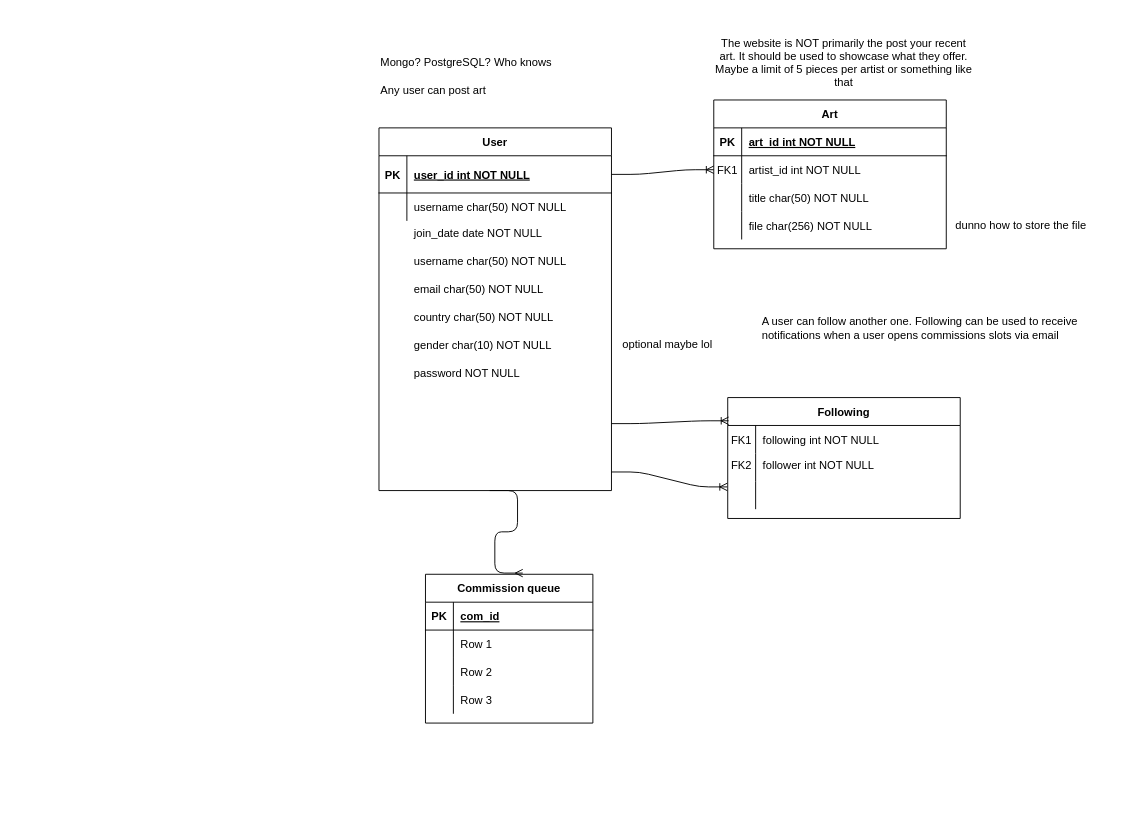
This is Untitled Diagram.drawio from luismzk/commission-website, a draw.io file, before an edit. Source tidied: cells renumbered, new cells numbered last; positions are measured from the earlier drawing's top-left corner, leaving out a move shared by most shapes. Both pictures are drawn from the tidied source at 93%, with x=0, y=0 at pixel (379, 16).
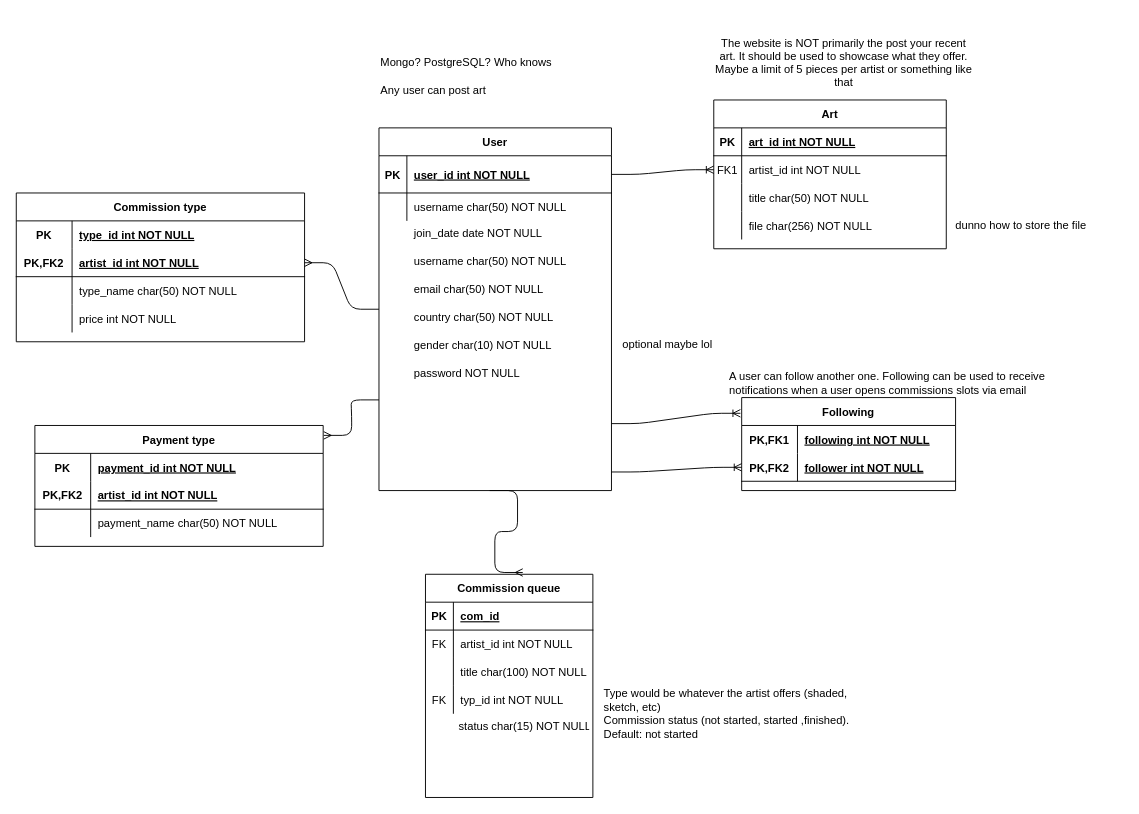
The same diagram, later.

Unchanged cells that the change refers to:
```xml
<mxCell id="16" value="User" style="shape=table;startSize=30;childLayout=tableLayout;rowLines=0;fontStyle=1;align=center;" parent="1" vertex="1">
  <mxGeometry y="120" width="250" height="390" as="geometry" />
</mxCell>
<mxCell id="56" style="shape=partialRectangle;fillColor=none;top=0;left=0;bottom=0;right=0;" parent="52" vertex="1">
  <mxGeometry y="60" width="180" height="30" as="geometry" />
</mxCell>
<mxCell id="59" style="shape=partialRectangle;fillColor=none;top=0;left=0;bottom=0;right=0;" parent="52" vertex="1">
  <mxGeometry y="90" width="180" height="30" as="geometry" />
</mxCell>
<mxCell id="62" style="shape=partialRectangle;fillColor=none;top=0;left=0;bottom=0;right=0;" parent="52" vertex="1">
  <mxGeometry y="120" width="180" height="30" as="geometry" />
</mxCell>
```

What changed in the source:
```diff
@@
     <mxCell id="34" value="A user can follow another one. Following can be used to receive notifications when a user opens commissions slots via email" style="text;html=1;strokeColor=none;fillColor=none;align=left;verticalAlign=middle;whiteSpace=wrap;rounded=0;" parent="1" vertex="1">
-      <mxGeometry x="410" y="320" width="390" height="30" as="geometry" />
+      <mxGeometry x="375" y="380" width="390" height="30" as="geometry" />
     </mxCell>
@@
-    <mxCell id="37" value="Following" style="shape=table;startSize=30;childLayout=tableLayout;rowLines=0;fontStyle=1;align=center;" parent="1" vertex="1">
-      <mxGeometry x="375" y="410" width="250" height="130" as="geometry" />
-    </mxCell>
-    <mxCell id="38" style="shape=partialRectangle;fillColor=none;top=0;left=0;right=0;bottom=0;" parent="37" vertex="1">
-      <mxGeometry y="30" width="250" height="30" as="geometry" />
-    </mxCell>
-    <mxCell id="39" value="FK1" style="shape=partialRectangle;overflow=hidden;fillColor=none;top=0;left=0;bottom=0;right=0;" parent="38" vertex="1">
-      <mxGeometry width="30" height="30" as="geometry" />
-    </mxCell>
-    <mxCell id="40" value="following int NOT NULL" style="shape=partialRectangle;overflow=hidden;fillColor=none;top=0;left=0;bottom=0;right=0;align=left;spacingLeft=6;" parent="38" vertex="1">
-      <mxGeometry x="30" width="220" height="30" as="geometry" />
-    </mxCell>
-    <mxCell id="41" style="shape=partialRectangle;fillColor=none;top=0;left=0;right=0;bottom=0;" parent="37" vertex="1">
-      <mxGeometry y="60" width="250" height="30" as="geometry" />
-    </mxCell>
-    <mxCell id="42" style="shape=partialRectangle;overflow=hidden;fillColor=none;top=0;left=0;bottom=0;right=0;" parent="41" vertex="1">
-      <mxGeometry width="30" height="30" as="geometry" />
-    </mxCell>
-    <mxCell id="43" style="shape=partialRectangle;overflow=hidden;fillColor=none;top=0;left=0;bottom=0;right=0;align=left;spacingLeft=6;" parent="41" vertex="1">
-      <mxGeometry x="30" width="220" height="30" as="geometry" />
-    </mxCell>
-    <mxCell id="44" style="shape=partialRectangle;fillColor=none;points=[[0,0.5],[1,0.5]];portConstraint=eastwest;top=0;left=0;right=0;bottom=0;" parent="37" vertex="1">
-      <mxGeometry y="90" width="250" height="30" as="geometry" />
-    </mxCell>
-    <mxCell id="45" style="shape=partialRectangle;overflow=hidden;fillColor=none;top=0;left=0;bottom=0;right=0;" parent="44" vertex="1">
-      <mxGeometry width="30" height="30" as="geometry" />
-    </mxCell>
-    <mxCell id="46" style="shape=partialRectangle;overflow=hidden;fillColor=none;top=0;left=0;bottom=0;right=0;align=left;spacingLeft=6;" parent="44" vertex="1">
-      <mxGeometry x="30" width="220" height="30" as="geometry" />
-    </mxCell>
-    <mxCell id="47" style="shape=partialRectangle;fillColor=none;top=0;left=0;right=0;bottom=0;" parent="1" vertex="1">
-      <mxGeometry x="375" y="467" width="250" height="30" as="geometry" />
-    </mxCell>
-    <mxCell id="48" value="FK2" style="shape=partialRectangle;overflow=hidden;fillColor=none;top=0;left=0;bottom=0;right=0;" parent="47" vertex="1">
-      <mxGeometry width="30" height="30" as="geometry" />
-    </mxCell>
-    <mxCell id="49" value="follower int NOT NULL" style="shape=partialRectangle;overflow=hidden;fillColor=none;top=0;left=0;bottom=0;right=0;align=left;spacingLeft=6;" parent="47" vertex="1">
-      <mxGeometry x="30" width="220" height="30" as="geometry" />
-    </mxCell>
-    <mxCell id="50" style="edgeStyle=entityRelationEdgeStyle;fontSize=12;html=1;endArrow=ERoneToMany;startArrow=none;entryX=0.004;entryY=0.192;entryDx=0;entryDy=0;entryPerimeter=0;startFill=0;" parent="1" edge="1" target="37">
+    <mxCell id="50" style="edgeStyle=entityRelationEdgeStyle;fontSize=12;html=1;endArrow=ERoneToMany;startArrow=none;entryX=-0.006;entryY=0.169;entryDx=0;entryDy=0;entryPerimeter=0;startFill=0;" parent="1" edge="1" target="37">
       <mxGeometry relative="1" as="geometry">
         <mxPoint x="250" y="438" as="sourcePoint" />
       </mxGeometry>
     </mxCell>
-    <mxCell id="51" style="edgeStyle=entityRelationEdgeStyle;fontSize=12;html=1;endArrow=ERoneToMany;startArrow=none;entryX=-0.002;entryY=0.202;entryDx=0;entryDy=0;entryPerimeter=0;startFill=0;endFill=0;" parent="1" edge="1" target="44">
+    <mxCell id="51" style="edgeStyle=entityRelationEdgeStyle;fontSize=12;html=1;endArrow=ERoneToMany;startArrow=none;entryX=0;entryY=0.5;entryDx=0;entryDy=0;startFill=0;endFill=0;" parent="1" edge="1" target="71">
       <mxGeometry relative="1" as="geometry">
         <mxPoint x="250" y="490" as="sourcePoint" />
       </mxGeometry>
     </mxCell>
     <mxCell id="52" value="Commission queue" style="shape=table;startSize=30;childLayout=tableLayout;rowLines=0;fontStyle=1;align=center;" parent="1" vertex="1">
-      <mxGeometry x="50" y="600" width="180" height="160" as="geometry" />
+      <mxGeometry x="50" y="600" width="180" height="240" as="geometry" />
     </mxCell>
@@
-    <mxCell id="57" style="shape=partialRectangle;fillColor=none;top=0;left=0;bottom=0;right=0;overflow=hidden;" parent="56" vertex="1">
+    <mxCell id="57" value="FK" style="shape=partialRectangle;fillColor=none;top=0;left=0;bottom=0;right=0;overflow=hidden;" parent="56" vertex="1">
       <mxGeometry width="30" height="30" as="geometry" />
     </mxCell>
-    <mxCell id="58" value="Row 1" style="shape=partialRectangle;fillColor=none;top=0;left=0;bottom=0;right=0;align=left;spacingLeft=6;overflow=hidden;" parent="56" vertex="1">
+    <mxCell id="58" value="artist_id int NOT NULL" style="shape=partialRectangle;fillColor=none;top=0;left=0;bottom=0;right=0;align=left;spacingLeft=6;overflow=hidden;" parent="56" vertex="1">
       <mxGeometry x="30" width="150" height="30" as="geometry" />
     </mxCell>
@@
-    <mxCell id="61" value="Row 2" style="shape=partialRectangle;fillColor=none;top=0;left=0;bottom=0;right=0;align=left;spacingLeft=6;overflow=hidden;" parent="59" vertex="1">
+    <mxCell id="61" value="title char(100) NOT NULL" style="shape=partialRectangle;fillColor=none;top=0;left=0;bottom=0;right=0;align=left;spacingLeft=6;overflow=hidden;" parent="59" vertex="1">
       <mxGeometry x="30" width="150" height="30" as="geometry" />
     </mxCell>
@@
-    <mxCell id="63" style="shape=partialRectangle;fillColor=none;top=0;left=0;bottom=0;right=0;overflow=hidden;" parent="62" vertex="1">
+    <mxCell id="63" value="FK" style="shape=partialRectangle;fillColor=none;top=0;left=0;bottom=0;right=0;overflow=hidden;" parent="62" vertex="1">
       <mxGeometry width="30" height="30" as="geometry" />
     </mxCell>
-    <mxCell id="64" value="Row 3" style="shape=partialRectangle;fillColor=none;top=0;left=0;bottom=0;right=0;align=left;spacingLeft=6;overflow=hidden;" parent="62" vertex="1">
+    <mxCell id="64" value="typ_id int NOT NULL " style="shape=partialRectangle;fillColor=none;top=0;left=0;bottom=0;right=0;align=left;spacingLeft=6;overflow=hidden;" parent="62" vertex="1">
       <mxGeometry x="30" width="150" height="30" as="geometry" />
     </mxCell>
@@
+    <mxCell id="66" value="&lt;div align=&quot;left&quot;&gt;Type would be whatever the artist offers (shaded, sketch, etc)&lt;/div&gt;" style="text;html=1;strokeColor=none;fillColor=none;align=left;verticalAlign=middle;whiteSpace=wrap;rounded=0;" parent="1" vertex="1">
+      <mxGeometry x="240" y="700" width="300" height="70" as="geometry" />
+    </mxCell>
+    <mxCell id="67" value="status char(15) NOT NULL" style="text;strokeColor=none;fillColor=none;spacingLeft=4;spacingRight=4;overflow=hidden;fontSize=12;" parent="1" vertex="1">
+      <mxGeometry x="80" y="750" width="150" height="30" as="geometry" />
+    </mxCell>
+    <mxCell id="68" value="Commission status (not started, started ,finished). Default: not started" style="text;html=1;strokeColor=none;fillColor=none;align=left;verticalAlign=middle;whiteSpace=wrap;rounded=0;" parent="1" vertex="1">
+      <mxGeometry x="240" y="755" width="310" height="20" as="geometry" />
+    </mxCell>
+    <mxCell id="37" value="Following" style="shape=table;startSize=30;childLayout=tableLayout;rowLines=0;fontStyle=1;align=center;" parent="1" vertex="1">
+      <mxGeometry x="390" y="410" width="230" height="100" as="geometry" />
+    </mxCell>
+    <mxCell id="69" style="shape=partialRectangle;fillColor=none;top=0;left=0;bottom=0;right=0;" parent="37" vertex="1">
+      <mxGeometry y="30" width="230" height="30" as="geometry" />
+    </mxCell>
+    <mxCell id="70" value="PK,FK1" style="shape=partialRectangle;fillColor=none;top=0;left=0;bottom=0;right=0;fontStyle=1;overflow=hidden;" parent="69" vertex="1">
+      <mxGeometry width="60" height="30" as="geometry" />
+    </mxCell>
+    <mxCell id="40" value="following int NOT NULL" style="shape=partialRectangle;fillColor=none;top=0;left=0;bottom=0;right=0;align=left;spacingLeft=6;fontStyle=5;overflow=hidden;" parent="69" vertex="1">
+      <mxGeometry x="60" width="170" height="30" as="geometry" />
+    </mxCell>
+    <mxCell id="71" style="shape=partialRectangle;fillColor=none;top=0;left=0;bottom=1;right=0;points=[[0,0.5],[1,0.5]];portConstraint=eastwest;" parent="37" vertex="1">
+      <mxGeometry y="60" width="230" height="30" as="geometry" />
+    </mxCell>
+    <mxCell id="72" value="PK,FK2" style="shape=partialRectangle;fillColor=none;top=0;left=0;bottom=0;right=0;fontStyle=1;overflow=hidden;" parent="71" vertex="1">
+      <mxGeometry width="60" height="30" as="geometry" />
+    </mxCell>
+    <mxCell id="49" value="follower int NOT NULL" style="shape=partialRectangle;fillColor=none;top=0;left=0;bottom=0;right=0;align=left;spacingLeft=6;fontStyle=5;overflow=hidden;" parent="71" vertex="1">
+      <mxGeometry x="60" width="170" height="30" as="geometry" />
+    </mxCell>
+    <mxCell id="73" value="Commission type" style="shape=table;startSize=30;childLayout=tableLayout;rowLines=0;fontStyle=1;align=center;" parent="1" vertex="1">
+      <mxGeometry x="-390" y="190" width="310" height="160" as="geometry" />
+    </mxCell>
+    <mxCell id="74" style="shape=partialRectangle;fillColor=none;top=0;left=0;bottom=0;right=0;" parent="73" vertex="1">
+      <mxGeometry y="30" width="310" height="30" as="geometry" />
+    </mxCell>
+    <mxCell id="75" value="PK" style="shape=partialRectangle;fillColor=none;top=0;left=0;bottom=0;right=0;fontStyle=1;overflow=hidden;" parent="74" vertex="1">
+      <mxGeometry width="60" height="30" as="geometry" />
+    </mxCell>
+    <mxCell id="76" value="type_id int NOT NULL" style="shape=partialRectangle;fillColor=none;top=0;left=0;bottom=0;right=0;align=left;spacingLeft=6;fontStyle=5;overflow=hidden;" parent="74" vertex="1">
+      <mxGeometry x="60" width="250" height="30" as="geometry" />
+    </mxCell>
+    <mxCell id="77" style="shape=partialRectangle;fillColor=none;top=0;left=0;bottom=1;right=0;points=[[0,0.5],[1,0.5]];portConstraint=eastwest;" parent="73" vertex="1">
+      <mxGeometry y="60" width="310" height="30" as="geometry" />
+    </mxCell>
+    <mxCell id="78" value="PK,FK2" style="shape=partialRectangle;fillColor=none;top=0;left=0;bottom=0;right=0;fontStyle=1;overflow=hidden;" parent="77" vertex="1">
+      <mxGeometry width="60" height="30" as="geometry" />
+    </mxCell>
+    <mxCell id="79" value="artist_id int NOT NULL" style="shape=partialRectangle;fillColor=none;top=0;left=0;bottom=0;right=0;align=left;spacingLeft=6;fontStyle=5;overflow=hidden;" parent="77" vertex="1">
+      <mxGeometry x="60" width="250" height="30" as="geometry" />
+    </mxCell>
+    <mxCell id="80" style="shape=partialRectangle;fillColor=none;top=0;left=0;bottom=0;right=0;" parent="73" vertex="1">
+      <mxGeometry y="90" width="310" height="30" as="geometry" />
+    </mxCell>
+    <mxCell id="81" style="shape=partialRectangle;fillColor=none;top=0;left=0;bottom=0;right=0;overflow=hidden;" parent="80" vertex="1">
+      <mxGeometry width="60" height="30" as="geometry" />
+    </mxCell>
+    <mxCell id="82" value="type_name char(50) NOT NULL" style="shape=partialRectangle;fillColor=none;top=0;left=0;bottom=0;right=0;align=left;spacingLeft=6;overflow=hidden;" parent="80" vertex="1">
+      <mxGeometry x="60" width="250" height="30" as="geometry" />
+    </mxCell>
+    <mxCell id="83" style="shape=partialRectangle;fillColor=none;top=0;left=0;bottom=0;right=0;" parent="73" vertex="1">
+      <mxGeometry y="120" width="310" height="30" as="geometry" />
+    </mxCell>
+    <mxCell id="84" style="shape=partialRectangle;fillColor=none;top=0;left=0;bottom=0;right=0;overflow=hidden;" parent="83" vertex="1">
+      <mxGeometry width="60" height="30" as="geometry" />
+    </mxCell>
+    <mxCell id="85" value="price int NOT NULL" style="shape=partialRectangle;fillColor=none;top=0;left=0;bottom=0;right=0;align=left;spacingLeft=6;overflow=hidden;" parent="83" vertex="1">
+      <mxGeometry x="60" width="250" height="30" as="geometry" />
+    </mxCell>
+    <mxCell id="86" style="edgeStyle=entityRelationEdgeStyle;fontSize=12;html=1;endArrow=none;exitX=1;exitY=0.5;exitDx=0;exitDy=0;entryX=0;entryY=0.5;entryDx=0;entryDy=0;endFill=0;startArrow=ERmany;startFill=0;" parent="1" edge="1" source="77" target="16">
+      <mxGeometry relative="1" as="geometry" />
+    </mxCell>
+    <mxCell id="87" value="Payment type" style="shape=table;startSize=30;childLayout=tableLayout;rowLines=0;fontStyle=1;align=center;" parent="1" vertex="1">
+      <mxGeometry x="-370" y="440" width="310" height="130" as="geometry" />
+    </mxCell>
+    <mxCell id="88" style="shape=partialRectangle;fillColor=none;top=0;left=0;bottom=0;right=0;" parent="87" vertex="1">
+      <mxGeometry y="30" width="310" height="30" as="geometry" />
+    </mxCell>
+    <mxCell id="89" value="PK" style="shape=partialRectangle;fillColor=none;top=0;left=0;bottom=0;right=0;fontStyle=1;overflow=hidden;" parent="88" vertex="1">
+      <mxGeometry width="60" height="30" as="geometry" />
+    </mxCell>
+    <mxCell id="90" value="payment_id int NOT NULL" style="shape=partialRectangle;fillColor=none;top=0;left=0;bottom=0;right=0;align=left;spacingLeft=6;fontStyle=5;overflow=hidden;" parent="88" vertex="1">
+      <mxGeometry x="60" width="250" height="30" as="geometry" />
+    </mxCell>
+    <mxCell id="91" style="shape=partialRectangle;fillColor=none;top=0;left=0;bottom=1;right=0;" parent="87" vertex="1">
+      <mxGeometry y="60" width="310" height="30" as="geometry" />
+    </mxCell>
+    <mxCell id="92" value="PK,FK2" style="shape=partialRectangle;fillColor=none;top=0;left=0;bottom=0;right=0;fontStyle=1;overflow=hidden;" parent="91" vertex="1">
+      <mxGeometry width="60" height="30" as="geometry" />
+    </mxCell>
+    <mxCell id="93" value="artist_id int NOT NULL" style="shape=partialRectangle;fillColor=none;top=0;left=0;bottom=0;right=0;align=left;spacingLeft=6;fontStyle=5;overflow=hidden;" parent="91" vertex="1">
+      <mxGeometry x="60" width="250" height="30" as="geometry" />
+    </mxCell>
+    <mxCell id="94" style="shape=partialRectangle;fillColor=none;top=0;left=0;bottom=0;right=0;" parent="87" vertex="1">
+      <mxGeometry y="90" width="310" height="30" as="geometry" />
+    </mxCell>
+    <mxCell id="95" style="shape=partialRectangle;fillColor=none;top=0;left=0;bottom=0;right=0;overflow=hidden;" parent="94" vertex="1">
+      <mxGeometry width="60" height="30" as="geometry" />
+    </mxCell>
+    <mxCell id="96" value="payment_name char(50) NOT NULL" style="shape=partialRectangle;fillColor=none;top=0;left=0;bottom=0;right=0;align=left;spacingLeft=6;overflow=hidden;" parent="94" vertex="1">
+      <mxGeometry x="60" width="250" height="30" as="geometry" />
+    </mxCell>
+    <mxCell id="97" style="edgeStyle=entityRelationEdgeStyle;fontSize=12;html=1;endArrow=none;exitX=1.002;exitY=0.082;exitDx=0;exitDy=0;entryX=0;entryY=0.75;entryDx=0;entryDy=0;endFill=0;startArrow=ERmany;startFill=0;exitPerimeter=0;" parent="1" edge="1" source="87" target="16">
+      <mxGeometry relative="1" as="geometry" />
+    </mxCell>
```
